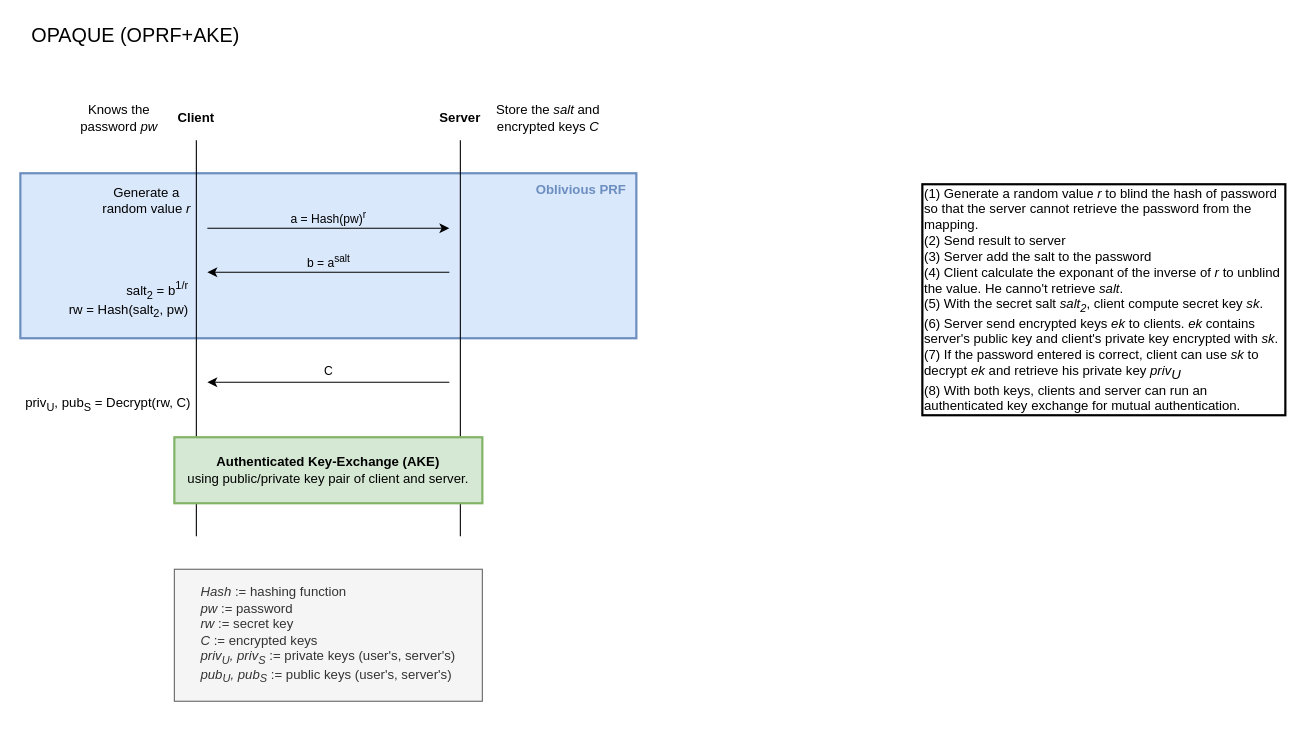
Before: 02-state-of-the-art/OPAQUE.drawio in jul0105/Bachelor-Thesis, a draw.io diagram. Source tidied: cells renumbered, new cells numbered last; positions are measured from the earlier drawing's top-left corner, leaving out a move shared by most shapes. Both pictures are drawn from the tidied source at 110%, with x=0, y=0 at pixel (20, 19).
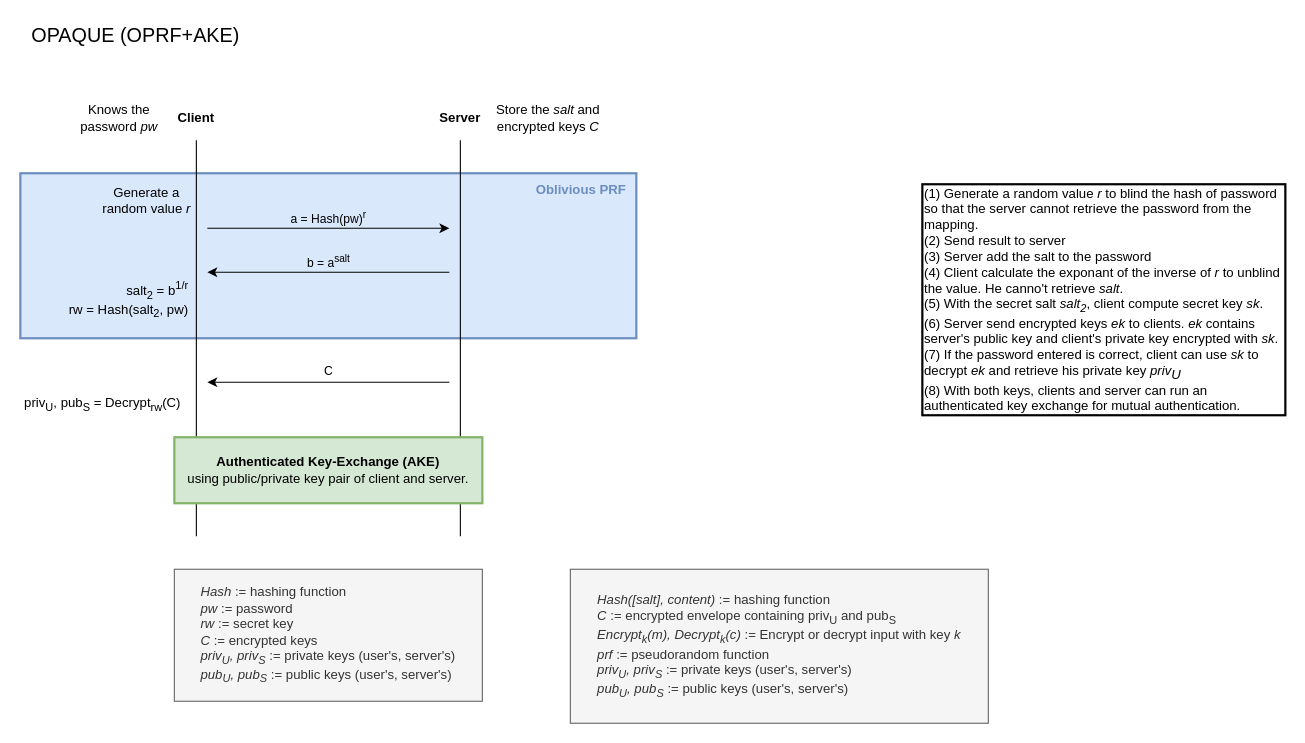
After the change.

What changed in the source:
```diff
@@
-    <mxCell id="14" value="priv&lt;sub&gt;U&lt;/sub&gt;, pub&lt;sub&gt;S&lt;/sub&gt; = Decrypt(rw, C)" style="text;html=1;strokeColor=none;fillColor=none;align=center;verticalAlign=middle;whiteSpace=wrap;rounded=0;" parent="1" vertex="1">
-      <mxGeometry y="340" width="160" height="20" as="geometry" />
+    <mxCell id="14" value="priv&lt;sub&gt;U&lt;/sub&gt;, pub&lt;sub&gt;S&lt;/sub&gt; = Decrypt&lt;sub&gt;rw&lt;/sub&gt;(C)" style="text;html=1;strokeColor=none;fillColor=none;align=center;verticalAlign=middle;whiteSpace=wrap;rounded=0;" parent="1" vertex="1">
+      <mxGeometry y="340" width="150" height="20" as="geometry" />
     </mxCell>
@@
+    <mxCell id="20" value="&lt;div style=&quot;text-align: left&quot;&gt;&lt;font style=&quot;font-size: 12px&quot;&gt;&lt;i&gt;Hash([salt], content)&lt;/i&gt; := hashing function&lt;/font&gt;&lt;/div&gt;&lt;div style=&quot;text-align: left&quot;&gt;&lt;i&gt;C&lt;/i&gt;&lt;span&gt; := encrypted envelope containing priv&lt;sub&gt;U&lt;/sub&gt;&amp;nbsp;and pub&lt;sub&gt;S&lt;/sub&gt;&lt;/span&gt;&lt;/div&gt;&lt;div style=&quot;text-align: left&quot;&gt;&lt;span style=&quot;font-style: italic&quot;&gt;Encrypt&lt;/span&gt;&lt;sub style=&quot;font-style: italic&quot;&gt;k&lt;/sub&gt;&lt;i&gt;(m),&amp;nbsp;&lt;/i&gt;&lt;i&gt;Decrypt&lt;sub&gt;k&lt;/sub&gt;(c)&lt;/i&gt;&lt;i&gt;&amp;nbsp;&lt;/i&gt;&lt;span&gt;:= Encrypt or decrypt input with key &lt;i&gt;k&lt;/i&gt;&lt;/span&gt;&lt;/div&gt;&lt;div style=&quot;text-align: left&quot;&gt;&lt;i&gt;prf&lt;/i&gt;&lt;span&gt; := pseudorandom function&lt;/span&gt;&lt;br&gt;&lt;/div&gt;&lt;div style=&quot;text-align: left&quot;&gt;&lt;font style=&quot;font-size: 12px&quot;&gt;&lt;i&gt;&lt;span&gt;priv&lt;/span&gt;&lt;sub&gt;U&lt;/sub&gt;&lt;span&gt;, priv&lt;/span&gt;&lt;sub&gt;S&lt;/sub&gt;&lt;/i&gt;&amp;nbsp;:= private keys (user's, server's)&lt;/font&gt;&lt;/div&gt;&lt;div style=&quot;text-align: left&quot;&gt;&lt;font style=&quot;font-size: 12px&quot;&gt;&lt;i&gt;pub&lt;sub&gt;U&lt;/sub&gt;, pub&lt;sub&gt;S&lt;/sub&gt;&lt;/i&gt;&amp;nbsp;:= public keys (user's, server's)&lt;/font&gt;&lt;/div&gt;" style="rounded=0;whiteSpace=wrap;html=1;shadow=0;fontColor=#333333;strokeColor=#666666;strokeWidth=1;fillColor=#f5f5f5;" parent="1" vertex="1">
+      <mxGeometry x="500" y="500" width="380" height="140" as="geometry" />
+    </mxCell>
```
